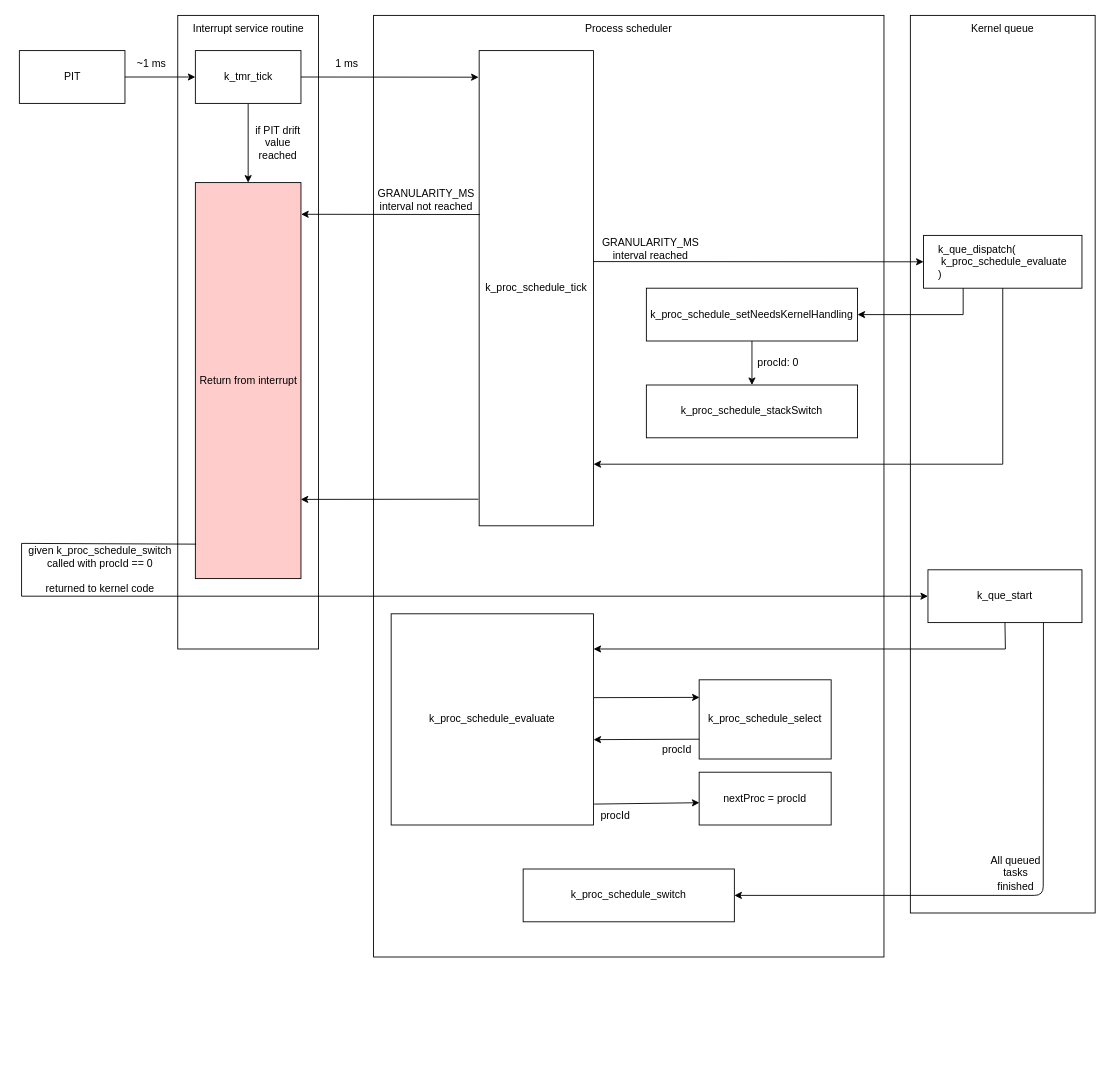
The draw.io diagram docs/ProcessSchedule.drawio in bronexproduction/GunwOS, before the edit. Source tidied: cells renumbered, new cells numbered last; positions are measured from the earlier drawing's top-left corner, leaving out a move shared by most shapes. Both pictures are drawn from the tidied source at 88%, with x=0, y=0 at pixel (19, 15).
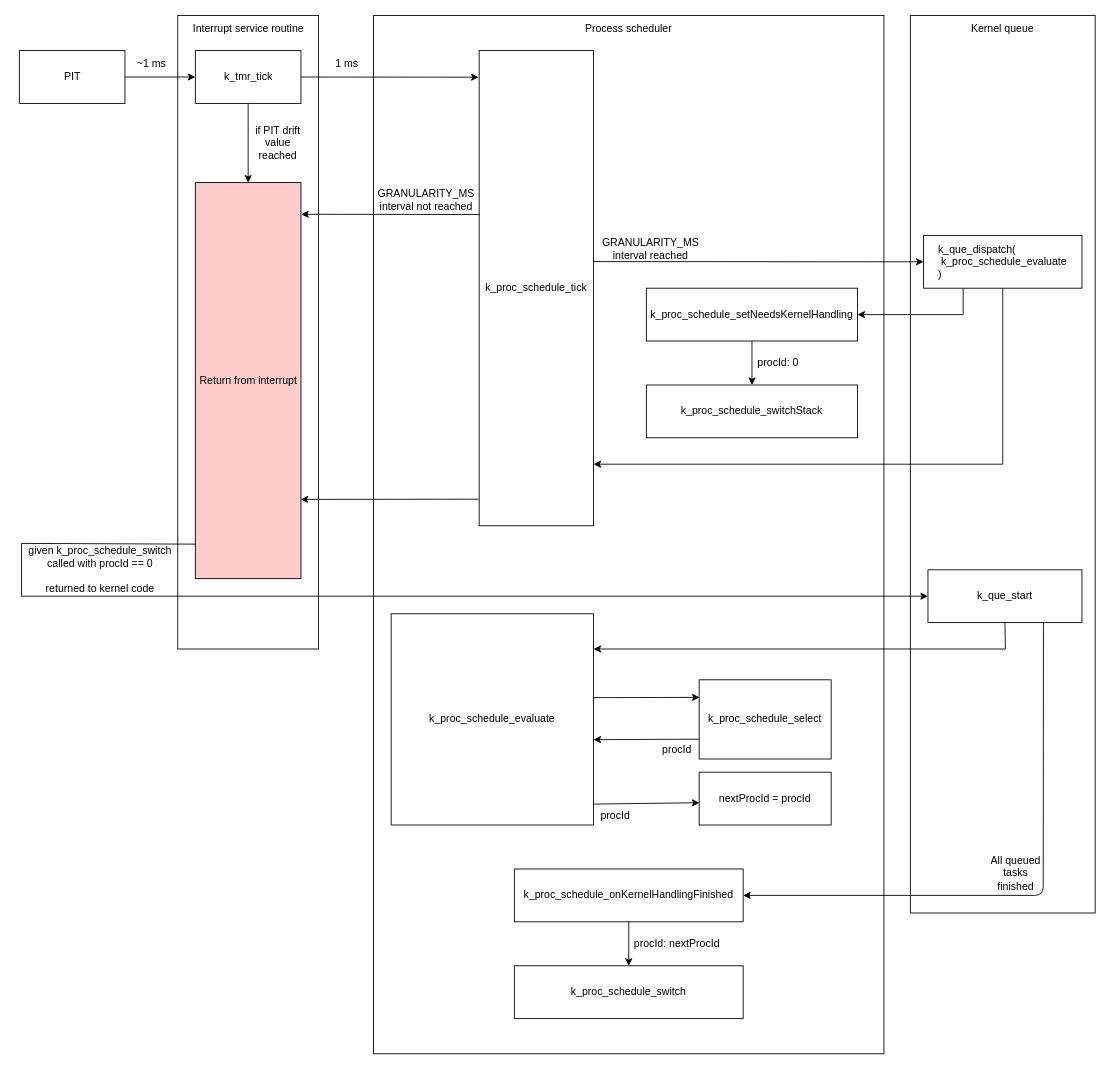
The same diagram, later.

Diff of the diagram source:
```diff
@@
     <mxCell id="4" style="rounded=0;whiteSpace=wrap;html=1;" parent="1" vertex="1">
-      <mxGeometry x="402" width="580" height="1070" as="geometry" />
+      <mxGeometry x="402" width="580" height="1180" as="geometry" />
     </mxCell>
@@
-    <mxCell id="23" value="k_proc_schedule_stackSwitch" style="rounded=0;whiteSpace=wrap;html=1;" parent="1" vertex="1">
+    <mxCell id="23" value="k_proc_schedule_switchStack" style="rounded=0;whiteSpace=wrap;html=1;" parent="1" vertex="1">
       <mxGeometry x="712" y="420" width="240" height="60" as="geometry" />
     </mxCell>
@@
-    <mxCell id="38" value="nextProc = procId" style="rounded=0;whiteSpace=wrap;html=1;" parent="1" vertex="1">
+    <mxCell id="38" value="nextProcId = procId" style="rounded=0;whiteSpace=wrap;html=1;" parent="1" vertex="1">
       <mxGeometry x="772" y="860" width="150" height="60" as="geometry" />
     </mxCell>
@@
+    <mxCell id="45" style="edgeStyle=none;html=1;entryX=0.5;entryY=0;entryDx=0;entryDy=0;" parent="1" edge="1" source="42" target="46">
+      <mxGeometry relative="1" as="geometry" />
+    </mxCell>
-    <mxCell id="42" value="k_proc_schedule_switch" style="rounded=0;whiteSpace=wrap;html=1;" parent="1" vertex="1">
-      <mxGeometry x="572" y="970" width="240" height="60" as="geometry" />
+    <mxCell id="42" value="k_proc_schedule_onKernelHandlingFinished" style="rounded=0;whiteSpace=wrap;html=1;" parent="1" vertex="1">
+      <mxGeometry x="562" y="970" width="260" height="60" as="geometry" />
     </mxCell>
@@
+    <mxCell id="46" value="k_proc_schedule_switch" style="rounded=0;whiteSpace=wrap;html=1;" parent="1" vertex="1">
+      <mxGeometry x="562" y="1080" width="260" height="60" as="geometry" />
+    </mxCell>
+    <mxCell id="47" value="procId: nextProcId" style="text;html=1;strokeColor=none;fillColor=none;align=center;verticalAlign=middle;whiteSpace=wrap;rounded=0;" parent="1" vertex="1">
+      <mxGeometry x="692" y="1040" width="110" height="30" as="geometry" />
+    </mxCell>
```
